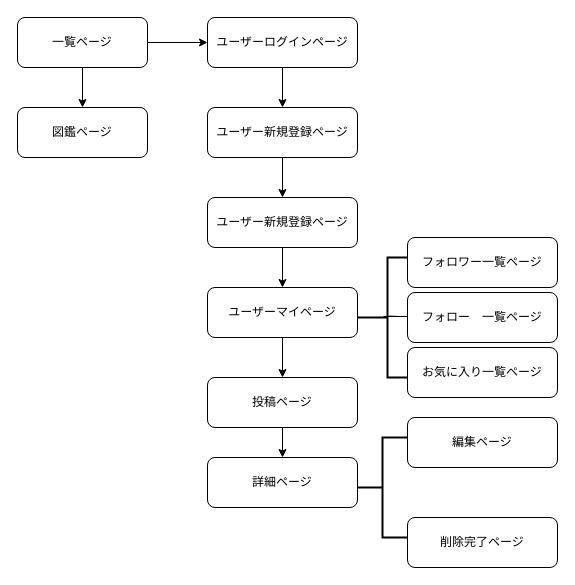
The draw.io diagram succulent.dio in riko38407/succulent_tweet, before the edit. Source tidied: cells renumbered, new cells numbered last; positions are measured from the earlier drawing's top-left corner, leaving out a move shared by most shapes. Both pictures are drawn from the tidied source at 100%, with x=0, y=0 at pixel (17, 17).
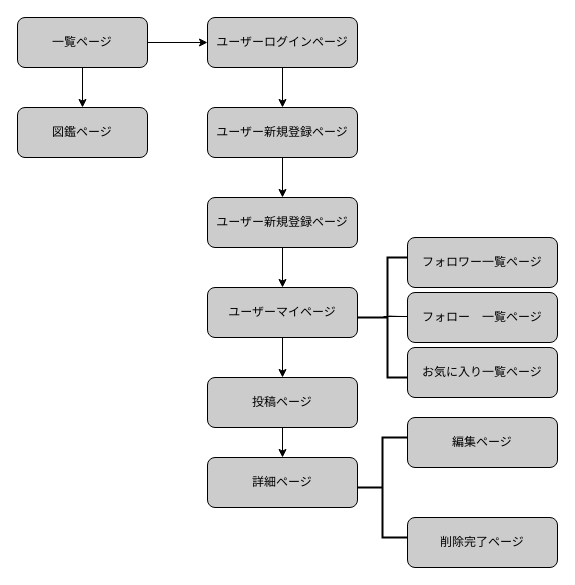
The same page after the edit.

What changed in the source:
```diff
@@
-    <mxCell id="4" value="一覧ページ" style="rounded=1;whiteSpace=wrap;html=1;" parent="1" vertex="1">
+    <mxCell id="4" value="一覧ページ" style="rounded=1;whiteSpace=wrap;html=1;fillColor=#CCCCCC;" parent="1" vertex="1">
       <mxGeometry width="130" height="50" as="geometry" />
     </mxCell>
@@
-    <mxCell id="6" value="ユーザーログインページ" style="rounded=1;whiteSpace=wrap;html=1;" parent="1" vertex="1">
+    <mxCell id="6" value="ユーザーログインページ" style="rounded=1;whiteSpace=wrap;html=1;fillColor=#CCCCCC;" parent="1" vertex="1">
       <mxGeometry x="190" width="150" height="50" as="geometry" />
     </mxCell>
@@
-    <mxCell id="8" value="ユーザー新規登録ページ" style="rounded=1;whiteSpace=wrap;html=1;" parent="1" vertex="1">
+    <mxCell id="8" value="ユーザー新規登録ページ" style="rounded=1;whiteSpace=wrap;html=1;fillColor=#CCCCCC;" parent="1" vertex="1">
       <mxGeometry x="190" y="90" width="150" height="50" as="geometry" />
     </mxCell>
@@
-    <mxCell id="10" value="ユーザー新規登録ページ" style="rounded=1;whiteSpace=wrap;html=1;" parent="1" vertex="1">
+    <mxCell id="10" value="ユーザー新規登録ページ" style="rounded=1;whiteSpace=wrap;html=1;fillColor=#CCCCCC;" parent="1" vertex="1">
       <mxGeometry x="190" y="180" width="150" height="50" as="geometry" />
     </mxCell>
@@
-    <mxCell id="12" value="ユーザーマイページ" style="rounded=1;whiteSpace=wrap;html=1;" parent="1" vertex="1">
+    <mxCell id="12" value="ユーザーマイページ" style="rounded=1;whiteSpace=wrap;html=1;fillColor=#CCCCCC;" parent="1" vertex="1">
       <mxGeometry x="190" y="270" width="150" height="50" as="geometry" />
     </mxCell>
@@
-    <mxCell id="14" value="投稿ページ" style="rounded=1;whiteSpace=wrap;html=1;" parent="1" vertex="1">
+    <mxCell id="14" value="投稿ページ" style="rounded=1;whiteSpace=wrap;html=1;fillColor=#CCCCCC;" parent="1" vertex="1">
       <mxGeometry x="190" y="360" width="150" height="50" as="geometry" />
     </mxCell>
-    <mxCell id="15" value="詳細ページ" style="rounded=1;whiteSpace=wrap;html=1;" parent="1" vertex="1">
+    <mxCell id="15" value="詳細ページ" style="rounded=1;whiteSpace=wrap;html=1;fillColor=#CCCCCC;" parent="1" vertex="1">
       <mxGeometry x="190" y="440" width="150" height="50" as="geometry" />
     </mxCell>
-    <mxCell id="16" value="編集ページ" style="rounded=1;whiteSpace=wrap;html=1;" parent="1" vertex="1">
+    <mxCell id="16" value="編集ページ" style="rounded=1;whiteSpace=wrap;html=1;fillColor=#CCCCCC;" parent="1" vertex="1">
       <mxGeometry x="390" y="400" width="150" height="50" as="geometry" />
     </mxCell>
-    <mxCell id="17" value="削除完了ページ" style="rounded=1;whiteSpace=wrap;html=1;" parent="1" vertex="1">
+    <mxCell id="17" value="削除完了ページ" style="rounded=1;whiteSpace=wrap;html=1;fillColor=#CCCCCC;" parent="1" vertex="1">
       <mxGeometry x="390" y="500" width="150" height="50" as="geometry" />
     </mxCell>
@@
-    <mxCell id="21" value="フォロワー一覧ページ" style="rounded=1;whiteSpace=wrap;html=1;" parent="1" vertex="1">
+    <mxCell id="21" value="フォロワー一覧ページ" style="rounded=1;whiteSpace=wrap;html=1;fillColor=#CCCCCC;" parent="1" vertex="1">
       <mxGeometry x="390" y="220" width="150" height="50" as="geometry" />
     </mxCell>
-    <mxCell id="22" value="フォロー　一覧ページ" style="rounded=1;whiteSpace=wrap;html=1;" parent="1" vertex="1">
+    <mxCell id="22" value="フォロー　一覧ページ" style="rounded=1;whiteSpace=wrap;html=1;fillColor=#CCCCCC;" parent="1" vertex="1">
       <mxGeometry x="390" y="275" width="150" height="50" as="geometry" />
     </mxCell>
-    <mxCell id="23" value="お気に入り一覧ページ" style="rounded=1;whiteSpace=wrap;html=1;" parent="1" vertex="1">
+    <mxCell id="23" value="お気に入り一覧ページ" style="rounded=1;whiteSpace=wrap;html=1;fillColor=#CCCCCC;" parent="1" vertex="1">
       <mxGeometry x="390" y="330" width="150" height="50" as="geometry" />
     </mxCell>
-    <mxCell id="24" value="図鑑ページ" style="rounded=1;whiteSpace=wrap;html=1;" parent="1" vertex="1">
+    <mxCell id="24" value="図鑑ページ" style="rounded=1;whiteSpace=wrap;html=1;fillColor=#CCCCCC;" parent="1" vertex="1">
       <mxGeometry y="90" width="130" height="50" as="geometry" />
     </mxCell>
```
